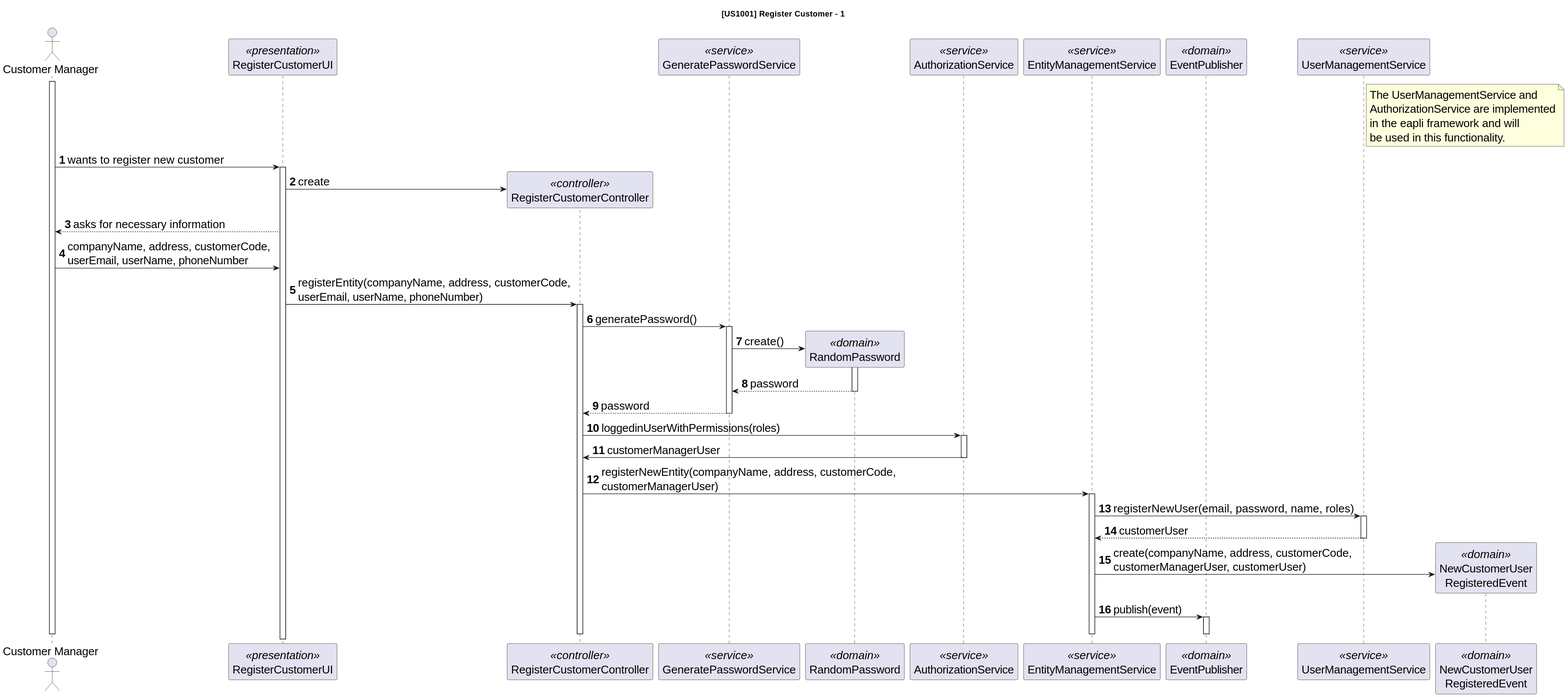
This is docs/sb_us_1001/sequence-diagram-register-customer.svg from rita-barbosa/LAPR4-2324, a PlantUML export, as it was before one commit.
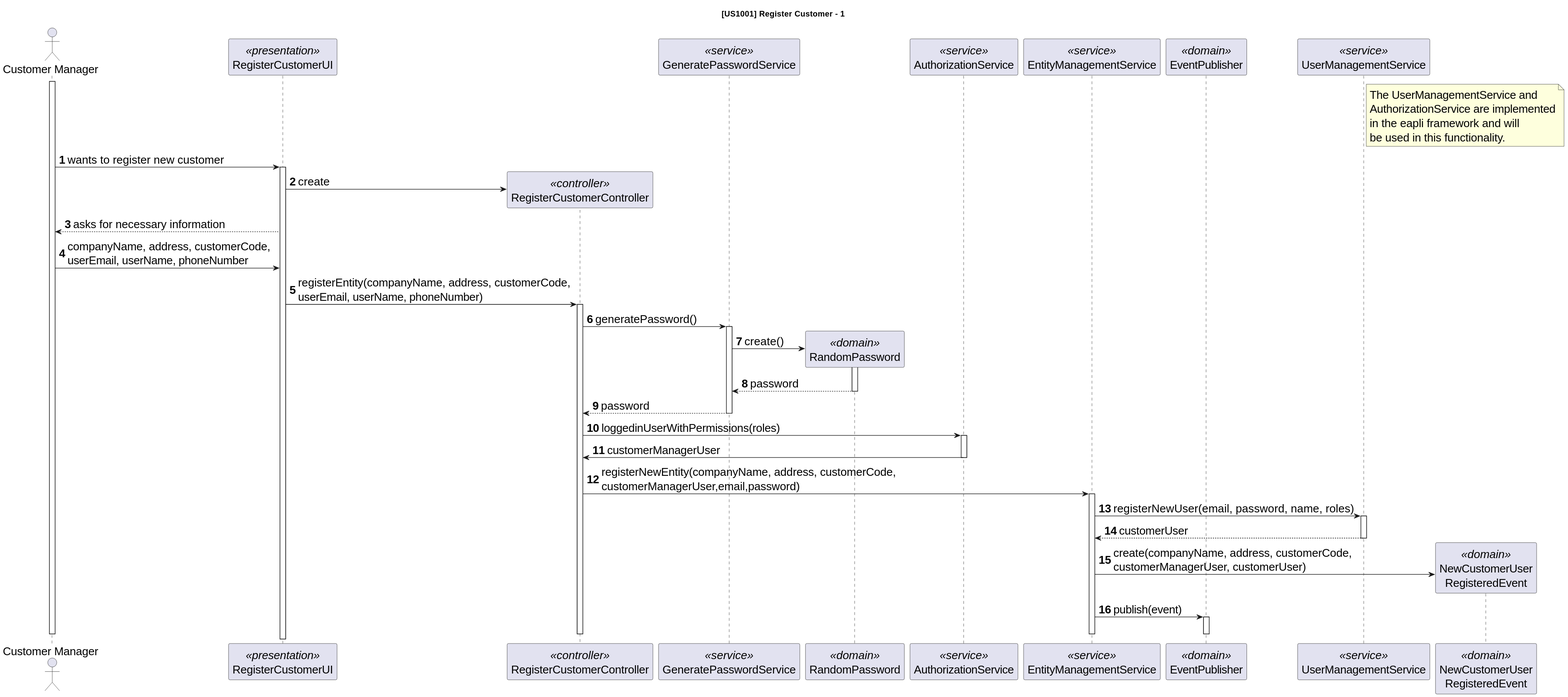
The same file after the commit.

Commit message:
docs: updates us_1001 class and sequence diagrams. [#88]

What changed in the source:
```diff
@@ -60,7 +60,7 @@
 AUTHZ -> CTRL:  customerManagerUser
 deactivate AUTHZ
 
-CTRL -> EMS: registerNewEntity(companyName, address, customerCode,\ncustomerManagerUser)
+CTRL -> EMS: registerNewEntity(companyName, address, customerCode,\ncustomerManagerUser,email,password)
 activate EMS
 
 
```
